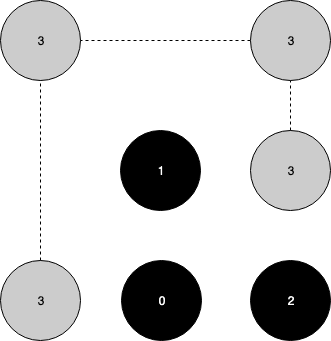
Earlier version of the draw.io export images/shape_formation_process_1.png (anuragg-in/kilobotics). Source tidied: cells renumbered, new cells last; positions are measured from the earlier drawing's top-left corner, leaving out a move shared by most shapes. Its diagram source:
```xml
<mxGraphModel>
  <root>
    <mxCell id="0" />
    <mxCell id="1" parent="0" />
    <mxCell id="2" value="&lt;font color=&quot;#ffffff&quot;&gt;1&lt;/font&gt;" style="ellipse;whiteSpace=wrap;html=1;fillColor=#000000;" parent="1" vertex="1">
      <mxGeometry x="120" y="130" width="80" height="80" as="geometry" />
    </mxCell>
    <mxCell id="3" value="&lt;font color=&quot;#ffffff&quot;&gt;0&lt;/font&gt;" style="ellipse;whiteSpace=wrap;html=1;fillColor=#000000;" parent="1" vertex="1">
      <mxGeometry x="121" y="260" width="80" height="80" as="geometry" />
    </mxCell>
    <mxCell id="4" value="&lt;font color=&quot;#ffffff&quot;&gt;2&lt;/font&gt;" style="ellipse;whiteSpace=wrap;html=1;fillColor=#000000;" parent="1" vertex="1">
      <mxGeometry x="250" y="260" width="80" height="80" as="geometry" />
    </mxCell>
    <mxCell id="5" value="3" style="ellipse;whiteSpace=wrap;html=1;fillColor=#CCCCCC;" parent="1" vertex="1">
      <mxGeometry y="260" width="80" height="80" as="geometry" />
    </mxCell>
    <mxCell id="6" style="endArrow=none;dashed=1;html=1;exitX=0.5;exitY=0;exitDx=0;exitDy=0;" parent="1" edge="1" source="5">
      <mxGeometry relative="1" as="geometry">
        <mxPoint x="40" y="60" as="targetPoint" />
      </mxGeometry>
    </mxCell>
    <mxCell id="7" style="endArrow=none;dashed=1;html=1;" parent="1" edge="1" source="8">
      <mxGeometry relative="1" as="geometry">
        <mxPoint x="40" y="60" as="targetPoint" />
      </mxGeometry>
    </mxCell>
    <mxCell id="8" value="3" style="ellipse;whiteSpace=wrap;html=1;fillColor=#CCCCCC;" parent="1" vertex="1">
      <mxGeometry width="80" height="80" as="geometry" />
    </mxCell>
    <mxCell id="9" style="endArrow=none;dashed=1;html=1;" parent="1" edge="1" source="11" target="8">
      <mxGeometry relative="1" as="geometry" />
    </mxCell>
    <mxCell id="10" value="3" style="ellipse;whiteSpace=wrap;html=1;fillColor=#CCCCCC;" parent="1" vertex="1">
      <mxGeometry x="250" y="130" width="80" height="80" as="geometry" />
    </mxCell>
    <mxCell id="11" value="3" style="ellipse;whiteSpace=wrap;html=1;fillColor=#CCCCCC;" parent="1" vertex="1">
      <mxGeometry x="250" width="80" height="80" as="geometry" />
    </mxCell>
    <mxCell id="12" style="endArrow=none;dashed=1;html=1;strokeWidth=1;" parent="1" edge="1" source="10" target="11">
      <mxGeometry relative="1" as="geometry" />
    </mxCell>
  </root>
</mxGraphModel>
```
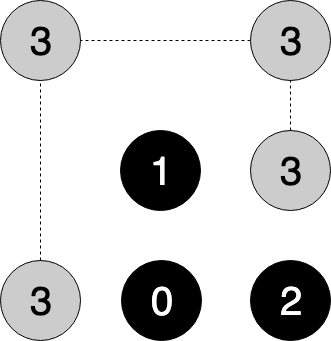
The same file after the commit.

Commit message:
code comments. shape formation update. added code to documentation.

What changed in the source:
```diff
@@ -2,41 +2,41 @@
   <root>
     <mxCell id="0" />
     <mxCell id="1" parent="0" />
-    <mxCell id="2" value="&lt;font color=&quot;#ffffff&quot;&gt;1&lt;/font&gt;" style="ellipse;whiteSpace=wrap;html=1;fillColor=#000000;" parent="1" vertex="1">
+    <mxCell id="2" value="&lt;font color=&quot;#ffffff&quot; style=&quot;font-size: 40px;&quot;&gt;1&lt;/font&gt;" style="ellipse;whiteSpace=wrap;html=1;fillColor=#000000;fontSize=40;" parent="1" vertex="1">
       <mxGeometry x="120" y="130" width="80" height="80" as="geometry" />
     </mxCell>
-    <mxCell id="3" value="&lt;font color=&quot;#ffffff&quot;&gt;0&lt;/font&gt;" style="ellipse;whiteSpace=wrap;html=1;fillColor=#000000;" parent="1" vertex="1">
+    <mxCell id="3" value="&lt;font color=&quot;#ffffff&quot; style=&quot;font-size: 40px;&quot;&gt;0&lt;/font&gt;" style="ellipse;whiteSpace=wrap;html=1;fillColor=#000000;fontSize=40;" parent="1" vertex="1">
       <mxGeometry x="121" y="260" width="80" height="80" as="geometry" />
     </mxCell>
-    <mxCell id="4" value="&lt;font color=&quot;#ffffff&quot;&gt;2&lt;/font&gt;" style="ellipse;whiteSpace=wrap;html=1;fillColor=#000000;" parent="1" vertex="1">
+    <mxCell id="4" value="&lt;font color=&quot;#ffffff&quot; style=&quot;font-size: 40px;&quot;&gt;2&lt;/font&gt;" style="ellipse;whiteSpace=wrap;html=1;fillColor=#000000;fontSize=40;" parent="1" vertex="1">
       <mxGeometry x="250" y="260" width="80" height="80" as="geometry" />
     </mxCell>
-    <mxCell id="5" value="3" style="ellipse;whiteSpace=wrap;html=1;fillColor=#CCCCCC;" parent="1" vertex="1">
+    <mxCell id="5" value="3" style="ellipse;whiteSpace=wrap;html=1;fillColor=#CCCCCC;fontSize=40;" parent="1" vertex="1">
       <mxGeometry y="260" width="80" height="80" as="geometry" />
     </mxCell>
-    <mxCell id="6" style="endArrow=none;dashed=1;html=1;exitX=0.5;exitY=0;exitDx=0;exitDy=0;" parent="1" edge="1" source="5">
+    <mxCell id="6" style="endArrow=none;dashed=1;html=1;exitX=0.5;exitY=0;exitDx=0;exitDy=0;fontSize=40;" parent="1" edge="1" source="5">
       <mxGeometry relative="1" as="geometry">
         <mxPoint x="40" y="60" as="targetPoint" />
       </mxGeometry>
     </mxCell>
-    <mxCell id="7" style="endArrow=none;dashed=1;html=1;" parent="1" edge="1" source="8">
+    <mxCell id="7" style="endArrow=none;dashed=1;html=1;fontSize=40;" parent="1" edge="1" source="8">
       <mxGeometry relative="1" as="geometry">
         <mxPoint x="40" y="60" as="targetPoint" />
       </mxGeometry>
     </mxCell>
-    <mxCell id="8" value="3" style="ellipse;whiteSpace=wrap;html=1;fillColor=#CCCCCC;" parent="1" vertex="1">
+    <mxCell id="8" value="3" style="ellipse;whiteSpace=wrap;html=1;fillColor=#CCCCCC;fontSize=40;" parent="1" vertex="1">
       <mxGeometry width="80" height="80" as="geometry" />
     </mxCell>
-    <mxCell id="9" style="endArrow=none;dashed=1;html=1;" parent="1" edge="1" source="11" target="8">
+    <mxCell id="9" style="endArrow=none;dashed=1;html=1;fontSize=40;" parent="1" edge="1" source="11" target="8">
       <mxGeometry relative="1" as="geometry" />
     </mxCell>
-    <mxCell id="10" value="3" style="ellipse;whiteSpace=wrap;html=1;fillColor=#CCCCCC;" parent="1" vertex="1">
+    <mxCell id="10" value="3" style="ellipse;whiteSpace=wrap;html=1;fillColor=#CCCCCC;fontSize=40;" parent="1" vertex="1">
       <mxGeometry x="250" y="130" width="80" height="80" as="geometry" />
     </mxCell>
-    <mxCell id="11" value="3" style="ellipse;whiteSpace=wrap;html=1;fillColor=#CCCCCC;" parent="1" vertex="1">
+    <mxCell id="11" value="3" style="ellipse;whiteSpace=wrap;html=1;fillColor=#CCCCCC;fontSize=40;" parent="1" vertex="1">
       <mxGeometry x="250" width="80" height="80" as="geometry" />
     </mxCell>
-    <mxCell id="12" style="endArrow=none;dashed=1;html=1;strokeWidth=1;" parent="1" edge="1" source="10" target="11">
+    <mxCell id="12" style="endArrow=none;dashed=1;html=1;strokeWidth=1;fontSize=40;" parent="1" edge="1" source="10" target="11">
       <mxGeometry relative="1" as="geometry" />
     </mxCell>
   </root>
```
